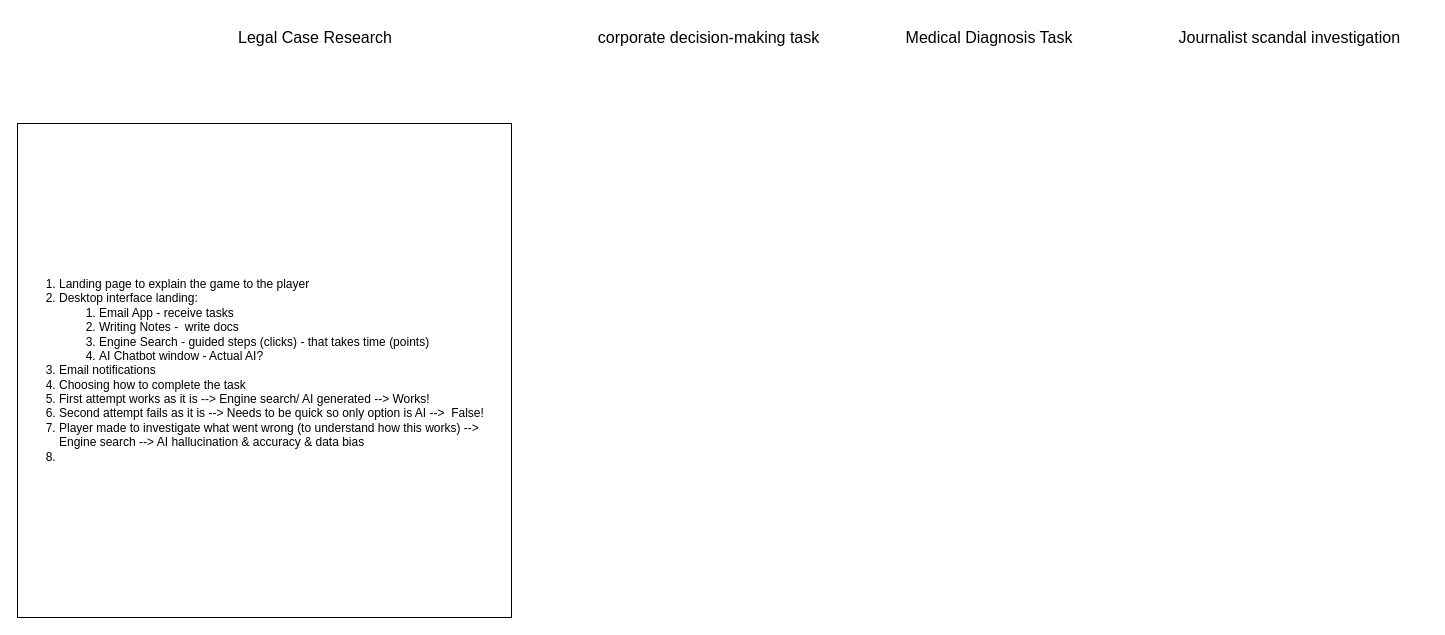
R-Jassasi/Draw.io keeps this draw.io diagram as page "Page-2" (2 of 2) of ID-TechAndSociety.drawio. Above is the earlier version. Source tidied: cells renumbered, new cells numbered last; positions are measured from the earlier drawing's top-left corner, leaving out a move shared by most shapes. Both pictures are drawn from the tidied source at 100%, with x=0, y=0 at pixel (17, 17).
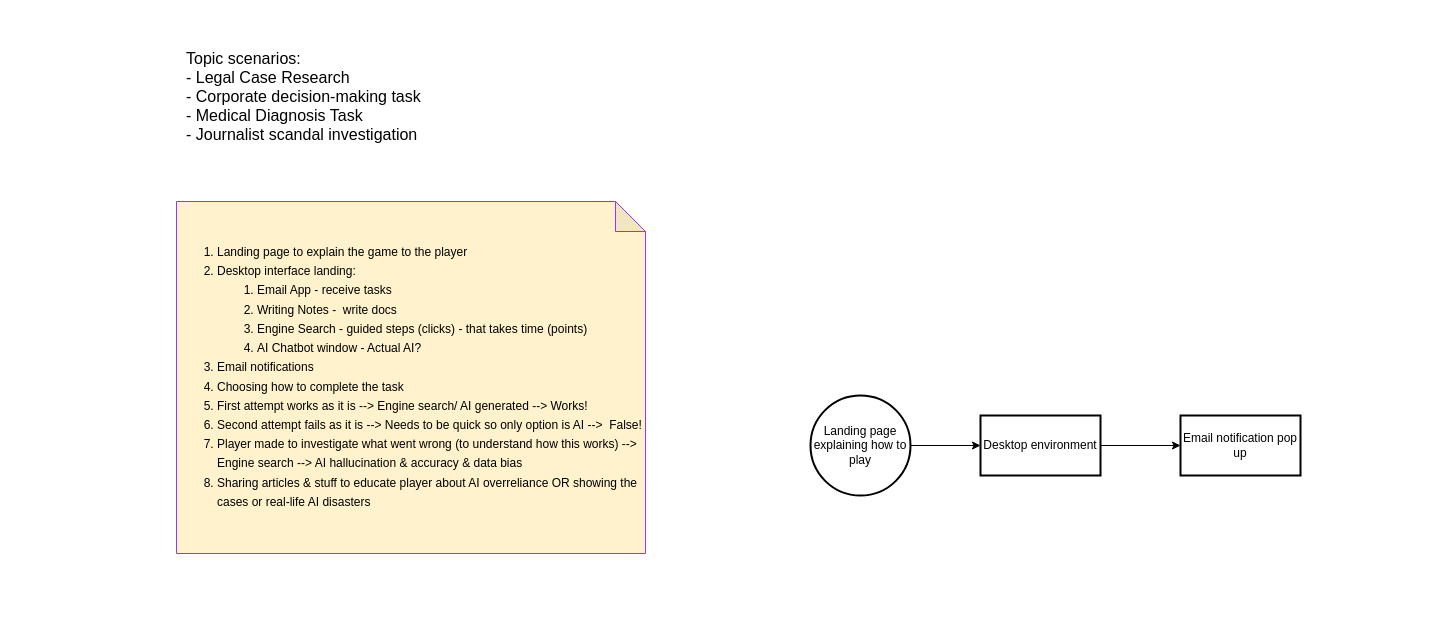
Above is the later version.

What changed in the source:
```diff
@@
 <mxGraphModel>
   <root>
     <mxCell id="0" />
     <mxCell id="1" parent="0" />
-    <mxCell id="2" value="Legal Case Research" style="text;strokeColor=none;fillColor=none;html=1;align=center;verticalAlign=middle;whiteSpace=wrap;rounded=0;fontSize=16;" parent="1" vertex="1">
-      <mxGeometry x="167" y="5" width="262" height="30" as="geometry" />
+    <mxCell id="2" value="Topic scenarios:&amp;nbsp;&lt;div&gt;- Legal Case Research&lt;/div&gt;&lt;div&gt;- C&lt;span style=&quot;background-color: initial;&quot;&gt;orporate decision-making task&lt;/span&gt;&lt;/div&gt;&lt;div&gt;&lt;span style=&quot;background-color: initial;&quot;&gt;-&amp;nbsp;&lt;/span&gt;&lt;span style=&quot;background-color: initial;&quot;&gt;Medical Diagnosis Task&lt;/span&gt;&lt;span style=&quot;background-color: initial;&quot;&gt;&amp;nbsp;&amp;nbsp;&lt;/span&gt;&lt;/div&gt;&lt;div&gt;&lt;span style=&quot;background-color: initial;&quot;&gt;-&amp;nbsp;&lt;/span&gt;&lt;span style=&quot;background-color: initial;&quot;&gt;Journalist scandal investigation&lt;/span&gt;&lt;/div&gt;" style="text;strokeColor=none;fillColor=none;html=1;align=left;verticalAlign=middle;whiteSpace=wrap;rounded=0;fontSize=16;" parent="1" vertex="1">
+      <mxGeometry x="167" y="5" width="262" height="147" as="geometry" />
     </mxCell>
-    <mxCell id="3" value="corporate decision-making task &amp;nbsp;" style="text;strokeColor=none;fillColor=none;html=1;align=center;verticalAlign=middle;whiteSpace=wrap;rounded=0;fontSize=16;" parent="1" vertex="1">
-      <mxGeometry x="565" y="5" width="262" height="30" as="geometry" />
-    </mxCell>
-    <mxCell id="4" value="Medical Diagnosis Task" style="text;strokeColor=none;fillColor=none;html=1;align=center;verticalAlign=middle;whiteSpace=wrap;rounded=0;fontSize=16;" parent="1" vertex="1">
-      <mxGeometry x="841" width="262" height="40" as="geometry" />
-    </mxCell>
-    <mxCell id="5" value="Journalist scandal investigation &amp;nbsp;&amp;nbsp;" style="text;strokeColor=none;fillColor=none;html=1;align=center;verticalAlign=middle;whiteSpace=wrap;rounded=0;fontSize=16;" parent="1" vertex="1">
-      <mxGeometry x="1148" width="262" height="40" as="geometry" />
-    </mxCell>
-    <mxCell id="6" value="&lt;ol&gt;&lt;li&gt;Landing page to explain the game to the player&lt;/li&gt;&lt;li&gt;Desktop interface landing:&amp;nbsp;&lt;/li&gt;&lt;ol&gt;&lt;li&gt;Email App - receive tasks&lt;/li&gt;&lt;li&gt;Writing Notes -&amp;nbsp; write docs&lt;/li&gt;&lt;li&gt;Engine Search - guided steps (clicks) - that takes time (points)&amp;nbsp;&lt;/li&gt;&lt;li&gt;AI Chatbot window - Actual AI?&lt;/li&gt;&lt;/ol&gt;&lt;li&gt;Email notifications&amp;nbsp;&lt;/li&gt;&lt;li&gt;Choosing how to complete the task&lt;/li&gt;&lt;li&gt;First attempt works as it is --&amp;gt; Engine search/ AI generated --&amp;gt; Works!&lt;/li&gt;&lt;li&gt;Second attempt fails as it is --&amp;gt; Needs to be quick so only option is AI --&amp;gt;&amp;nbsp; False!&lt;/li&gt;&lt;li&gt;Player made to investigate what went wrong (to understand how this works) --&amp;gt; Engine search --&amp;gt; AI hallucination &amp;amp; accuracy &amp;amp; data bias&lt;/li&gt;&lt;li&gt;&lt;br&gt;&lt;/li&gt;&lt;/ol&gt;" style="whiteSpace=wrap;html=1;align=left;" parent="1" vertex="1">
-      <mxGeometry y="106" width="494" height="494" as="geometry" />
-    </mxCell>
+    <mxCell id="7" style="edgeStyle=orthogonalEdgeStyle;rounded=0;jettySize=auto;html=1;" parent="1" edge="1" source="8" target="10">
+      <mxGeometry relative="1" as="geometry" />
+    </mxCell>
+    <mxCell id="8" value="Landing page explaining how to play" style="strokeWidth=2;html=1;shape=mxgraph.flowchart.start_2;whiteSpace=wrap;" parent="1" vertex="1">
+      <mxGeometry x="793" y="378" width="100" height="100" as="geometry" />
+    </mxCell>
+    <mxCell id="9" style="edgeStyle=orthogonalEdgeStyle;rounded=0;jettySize=auto;html=1;" parent="1" edge="1" source="10" target="11">
+      <mxGeometry relative="1" as="geometry" />
+    </mxCell>
+    <mxCell id="10" value="Desktop environment" style="whiteSpace=wrap;html=1;strokeWidth=2;" parent="1" vertex="1">
+      <mxGeometry x="963" y="398" width="120" height="60" as="geometry" />
+    </mxCell>
+    <mxCell id="11" value="Email notification pop up" style="whiteSpace=wrap;html=1;strokeWidth=2;" parent="1" vertex="1">
+      <mxGeometry x="1163" y="398" width="120" height="60" as="geometry" />
+    </mxCell>
+    <mxCell id="12" value="&lt;ol style=&quot;text-align: left; line-height: 160%;&quot;&gt;&lt;li&gt;Landing page to explain the game to the player&lt;/li&gt;&lt;li&gt;Desktop interface landing:&amp;nbsp;&lt;/li&gt;&lt;ol style=&quot;line-height: 160%;&quot;&gt;&lt;li&gt;Email App - receive tasks&lt;/li&gt;&lt;li&gt;Writing Notes -&amp;nbsp; write docs&lt;/li&gt;&lt;li&gt;Engine Search - guided steps (clicks) - that takes time (points)&amp;nbsp;&lt;/li&gt;&lt;li&gt;AI Chatbot window - Actual AI?&lt;/li&gt;&lt;/ol&gt;&lt;li&gt;Email notifications&amp;nbsp;&lt;/li&gt;&lt;li&gt;Choosing how to complete the task&lt;/li&gt;&lt;li&gt;First attempt works as it is --&amp;gt; Engine search/ AI generated --&amp;gt; Works!&lt;/li&gt;&lt;li&gt;Second attempt fails as it is --&amp;gt; Needs to be quick so only option is AI --&amp;gt;&amp;nbsp; False!&lt;/li&gt;&lt;li&gt;Player made to investigate what went wrong (to understand how this works) --&amp;gt; Engine search --&amp;gt; AI hallucination &amp;amp; accuracy &amp;amp; data bias&lt;/li&gt;&lt;li&gt;Sharing articles &amp;amp; stuff to educate player about AI overreliance OR showing the cases or real-life AI disasters&amp;nbsp;&lt;/li&gt;&lt;/ol&gt;" style="shape=note;whiteSpace=wrap;html=1;backgroundOutline=1;darkOpacity=0.05;fillColor=#FFF2CC;strokeColor=#9933FF;strokeWidth=1;" parent="1" vertex="1">
+      <mxGeometry x="159" y="184" width="469" height="352" as="geometry" />
+    </mxCell>
   </root>
 </mxGraphModel>
```
